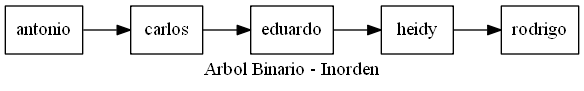
Above: Reportes/ArbolInorden.png in hr9457/EDD_1S2020_PY1_201314296 (Graphviz), before the change. Its source is kept beside it as ArchivosDot/ArbolInorden.dot.
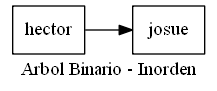
After the commit.

The edit, as a diff of the source:
```diff
@@ -1,11 +1,8 @@
 digraph arbolInorden {
 node [shape=record];
 rankdir=LR;
-nodo0[label="antonio"];
-nodo1[label="carlos"];
-nodo2[label="eduardo"];
-nodo3[label="heidy"];
-nodo4[label="rodrigo"];
-nodo0->nodo1->nodo2->nodo3->nodo4;
+nodo0[label="hector"];
+nodo1[label="josue"];
+nodo0->nodo1;
 label = " Arbol Binario - Inorden "
 }
```
